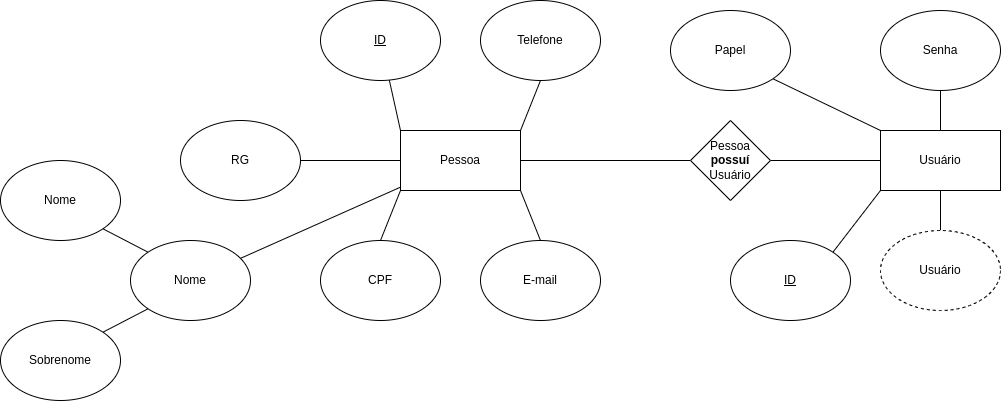
This is docs/Diagrama_Entidade_Relacionamento.png from Henriquemcc/Prototipo_Sistema_Legiao_dos_Corretores, a draw.io export, as it was before one commit. Source tidied: cells renumbered, new cells last; positions are measured from the earlier drawing's top-left corner, leaving out a move shared by most shapes. Its diagram source:
```xml
<mxGraphModel>
  <root>
    <mxCell id="0" />
    <mxCell id="1" parent="0" />
    <mxCell id="2" style="rounded=0;jettySize=auto;html=1;exitX=1;exitY=0;exitDx=0;exitDy=0;entryX=0.5;entryY=1;entryDx=0;entryDy=0;endArrow=none;endFill=0;" parent="1" edge="1" source="5" target="12">
      <mxGeometry relative="1" as="geometry" />
    </mxCell>
    <mxCell id="3" style="rounded=0;jettySize=auto;html=1;exitX=1;exitY=1;exitDx=0;exitDy=0;entryX=0.5;entryY=0;entryDx=0;entryDy=0;endArrow=none;endFill=0;" parent="1" edge="1" source="5" target="13">
      <mxGeometry relative="1" as="geometry" />
    </mxCell>
    <mxCell id="4" style="rounded=0;jettySize=auto;html=1;exitX=0;exitY=1;exitDx=0;exitDy=0;entryX=0.5;entryY=0;entryDx=0;entryDy=0;endArrow=none;endFill=0;" parent="1" edge="1" source="5" target="16">
      <mxGeometry relative="1" as="geometry" />
    </mxCell>
    <mxCell id="5" value="Pessoa" style="rounded=0;whiteSpace=wrap;html=1;" parent="1" vertex="1">
      <mxGeometry x="400" y="130" width="120" height="60" as="geometry" />
    </mxCell>
    <mxCell id="6" style="rounded=0;jettySize=auto;html=1;endArrow=none;endFill=0;entryX=0;entryY=0;entryDx=0;entryDy=0;" parent="1" edge="1" source="7" target="5">
      <mxGeometry relative="1" as="geometry" />
    </mxCell>
    <mxCell id="7" value="&lt;u&gt;ID&lt;/u&gt;" style="ellipse;whiteSpace=wrap;html=1;" parent="1" vertex="1">
      <mxGeometry x="320" width="120" height="80" as="geometry" />
    </mxCell>
    <mxCell id="8" style="rounded=0;jettySize=auto;html=1;endArrow=none;endFill=0;" parent="1" edge="1" source="9" target="5">
      <mxGeometry relative="1" as="geometry" />
    </mxCell>
    <mxCell id="9" value="Nome" style="ellipse;whiteSpace=wrap;html=1;" parent="1" vertex="1">
      <mxGeometry x="130" y="240" width="120" height="80" as="geometry" />
    </mxCell>
    <mxCell id="10" style="rounded=0;jettySize=auto;html=1;exitX=1;exitY=0;exitDx=0;exitDy=0;entryX=0;entryY=1;entryDx=0;entryDy=0;endArrow=none;endFill=0;" parent="1" edge="1" source="11" target="9">
      <mxGeometry relative="1" as="geometry" />
    </mxCell>
    <mxCell id="11" value="Sobrenome" style="ellipse;whiteSpace=wrap;html=1;" parent="1" vertex="1">
      <mxGeometry y="320" width="120" height="80" as="geometry" />
    </mxCell>
    <mxCell id="12" value="Telefone" style="ellipse;whiteSpace=wrap;html=1;" parent="1" vertex="1">
      <mxGeometry x="480" width="120" height="80" as="geometry" />
    </mxCell>
    <mxCell id="13" value="E-mail" style="ellipse;whiteSpace=wrap;html=1;" parent="1" vertex="1">
      <mxGeometry x="480" y="240" width="120" height="80" as="geometry" />
    </mxCell>
    <mxCell id="14" value="Nome" style="ellipse;whiteSpace=wrap;html=1;" parent="1" vertex="1">
      <mxGeometry y="160" width="120" height="80" as="geometry" />
    </mxCell>
    <mxCell id="15" style="rounded=0;jettySize=auto;html=1;exitX=1;exitY=1;exitDx=0;exitDy=0;endArrow=none;endFill=0;entryX=0;entryY=0;entryDx=0;entryDy=0;" parent="1" edge="1" source="14" target="9">
      <mxGeometry relative="1" as="geometry" />
    </mxCell>
    <mxCell id="16" value="CPF" style="ellipse;whiteSpace=wrap;html=1;" parent="1" vertex="1">
      <mxGeometry x="320" y="240" width="120" height="80" as="geometry" />
    </mxCell>
    <mxCell id="17" style="rounded=0;jettySize=auto;html=1;exitX=1;exitY=1;exitDx=0;exitDy=0;entryX=0;entryY=0;entryDx=0;entryDy=0;endArrow=none;endFill=0;" parent="1" edge="1" source="18" target="22">
      <mxGeometry relative="1" as="geometry" />
    </mxCell>
    <mxCell id="18" value="Papel" style="ellipse;whiteSpace=wrap;html=1;" parent="1" vertex="1">
      <mxGeometry x="670" y="10" width="120" height="80" as="geometry" />
    </mxCell>
    <mxCell id="19" style="edgeStyle=orthogonalEdgeStyle;rounded=0;jettySize=auto;html=1;exitX=1;exitY=0.5;exitDx=0;exitDy=0;entryX=0;entryY=0.5;entryDx=0;entryDy=0;endArrow=none;endFill=0;" parent="1" edge="1" source="20" target="5">
      <mxGeometry relative="1" as="geometry" />
    </mxCell>
    <mxCell id="20" value="RG" style="ellipse;whiteSpace=wrap;html=1;" parent="1" vertex="1">
      <mxGeometry x="180" y="120" width="120" height="80" as="geometry" />
    </mxCell>
    <mxCell id="21" style="rounded=0;jettySize=auto;html=1;exitX=0.5;exitY=1;exitDx=0;exitDy=0;entryX=0.5;entryY=0;entryDx=0;entryDy=0;endArrow=none;endFill=0;" parent="1" edge="1" source="22" target="28">
      <mxGeometry relative="1" as="geometry" />
    </mxCell>
    <mxCell id="22" value="Usuário" style="rounded=0;whiteSpace=wrap;html=1;" parent="1" vertex="1">
      <mxGeometry x="880" y="130" width="120" height="60" as="geometry" />
    </mxCell>
    <mxCell id="23" style="edgeStyle=orthogonalEdgeStyle;rounded=0;jettySize=auto;html=1;exitX=0;exitY=0.5;exitDx=0;exitDy=0;endArrow=none;endFill=0;" parent="1" edge="1" source="25" target="5">
      <mxGeometry relative="1" as="geometry" />
    </mxCell>
    <mxCell id="24" style="edgeStyle=orthogonalEdgeStyle;rounded=0;jettySize=auto;html=1;exitX=1;exitY=0.5;exitDx=0;exitDy=0;entryX=0;entryY=0.5;entryDx=0;entryDy=0;endArrow=none;endFill=0;" parent="1" edge="1" source="25" target="22">
      <mxGeometry relative="1" as="geometry" />
    </mxCell>
    <mxCell id="25" value="Pessoa&lt;div&gt;&lt;b&gt;possuí&lt;/b&gt;&lt;/div&gt;&lt;div&gt;Usuário&lt;/div&gt;" style="rhombus;whiteSpace=wrap;html=1;" parent="1" vertex="1">
      <mxGeometry x="690" y="120" width="80" height="80" as="geometry" />
    </mxCell>
    <mxCell id="26" style="edgeStyle=orthogonalEdgeStyle;rounded=0;jettySize=auto;html=1;exitX=0.5;exitY=1;exitDx=0;exitDy=0;entryX=0.5;entryY=0;entryDx=0;entryDy=0;endArrow=none;endFill=0;" parent="1" edge="1" source="27" target="22">
      <mxGeometry relative="1" as="geometry" />
    </mxCell>
    <mxCell id="27" value="Senha" style="ellipse;whiteSpace=wrap;html=1;" parent="1" vertex="1">
      <mxGeometry x="880" y="10" width="120" height="80" as="geometry" />
    </mxCell>
    <mxCell id="28" value="Usuário" style="ellipse;whiteSpace=wrap;html=1;dashed=1;" parent="1" vertex="1">
      <mxGeometry x="880" y="230" width="120" height="80" as="geometry" />
    </mxCell>
    <mxCell id="29" style="rounded=0;jettySize=auto;html=1;exitX=1;exitY=0;exitDx=0;exitDy=0;entryX=0;entryY=1;entryDx=0;entryDy=0;endArrow=none;endFill=0;" parent="1" edge="1" source="30" target="22">
      <mxGeometry relative="1" as="geometry" />
    </mxCell>
    <mxCell id="30" value="&lt;u&gt;ID&lt;/u&gt;" style="ellipse;whiteSpace=wrap;html=1;" parent="1" vertex="1">
      <mxGeometry x="730" y="240" width="120" height="80" as="geometry" />
    </mxCell>
  </root>
</mxGraphModel>
```
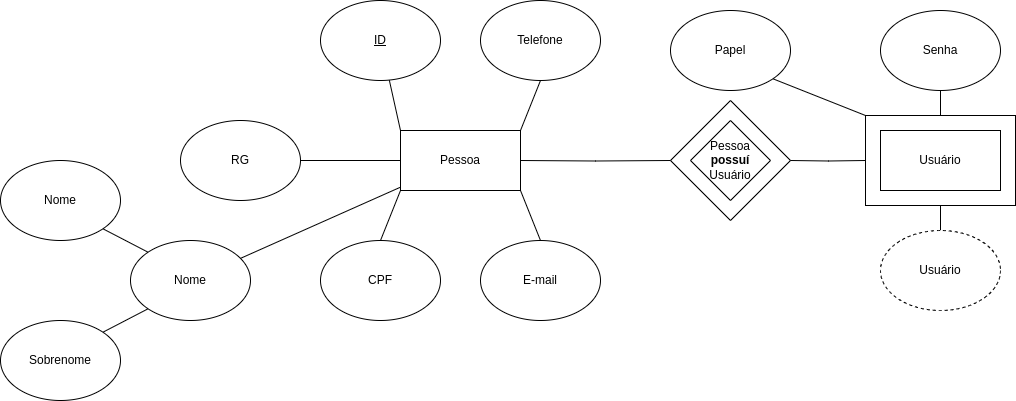
The same diagram one commit later.

Commit message:
Transformando Usuário em uma entidade fraca

The edit, as a diff of the source:
```diff
@@ -2,6 +2,12 @@
   <root>
     <mxCell id="0" />
     <mxCell id="1" parent="0" />
+    <mxCell id="31" style="rounded=0;whiteSpace=wrap;html=1;" parent="1" vertex="1">
+      <mxGeometry x="865" y="115" width="150" height="90" as="geometry" />
+    </mxCell>
+    <mxCell id="32" style="rhombus;whiteSpace=wrap;html=1;" parent="1" vertex="1">
+      <mxGeometry x="670" y="100" width="120" height="120" as="geometry" />
+    </mxCell>
     <mxCell id="2" style="rounded=0;jettySize=auto;html=1;exitX=1;exitY=0;exitDx=0;exitDy=0;entryX=0.5;entryY=1;entryDx=0;entryDy=0;endArrow=none;endFill=0;" parent="1" edge="1" source="5" target="12">
       <mxGeometry relative="1" as="geometry" />
     </mxCell>
@@ -47,7 +53,7 @@
     <mxCell id="16" value="CPF" style="ellipse;whiteSpace=wrap;html=1;" parent="1" vertex="1">
       <mxGeometry x="320" y="240" width="120" height="80" as="geometry" />
     </mxCell>
-    <mxCell id="17" style="rounded=0;jettySize=auto;html=1;exitX=1;exitY=1;exitDx=0;exitDy=0;entryX=0;entryY=0;entryDx=0;entryDy=0;endArrow=none;endFill=0;" parent="1" edge="1" source="18" target="22">
+    <mxCell id="17" style="rounded=0;jettySize=auto;html=1;exitX=1;exitY=1;exitDx=0;exitDy=0;entryX=0;entryY=0;entryDx=0;entryDy=0;endArrow=none;endFill=0;" parent="1" edge="1" source="18" target="31">
       <mxGeometry relative="1" as="geometry" />
     </mxCell>
     <mxCell id="18" value="Papel" style="ellipse;whiteSpace=wrap;html=1;" parent="1" vertex="1">
@@ -59,22 +65,26 @@
     <mxCell id="20" value="RG" style="ellipse;whiteSpace=wrap;html=1;" parent="1" vertex="1">
       <mxGeometry x="180" y="120" width="120" height="80" as="geometry" />
     </mxCell>
-    <mxCell id="21" style="rounded=0;jettySize=auto;html=1;exitX=0.5;exitY=1;exitDx=0;exitDy=0;entryX=0.5;entryY=0;entryDx=0;entryDy=0;endArrow=none;endFill=0;" parent="1" edge="1" source="22" target="28">
+    <mxCell id="21" style="rounded=0;jettySize=auto;html=1;entryX=0.5;entryY=0;entryDx=0;entryDy=0;endArrow=none;endFill=0;exitX=0.5;exitY=1;exitDx=0;exitDy=0;" parent="1" edge="1" source="31" target="28">
       <mxGeometry relative="1" as="geometry" />
     </mxCell>
     <mxCell id="22" value="Usuário" style="rounded=0;whiteSpace=wrap;html=1;" parent="1" vertex="1">
       <mxGeometry x="880" y="130" width="120" height="60" as="geometry" />
     </mxCell>
-    <mxCell id="23" style="edgeStyle=orthogonalEdgeStyle;rounded=0;jettySize=auto;html=1;exitX=0;exitY=0.5;exitDx=0;exitDy=0;endArrow=none;endFill=0;" parent="1" edge="1" source="25" target="5">
-      <mxGeometry relative="1" as="geometry" />
+    <mxCell id="23" style="edgeStyle=orthogonalEdgeStyle;rounded=0;jettySize=auto;html=1;endArrow=none;endFill=0;" parent="1" edge="1" target="5">
+      <mxGeometry relative="1" as="geometry">
+        <mxPoint x="670" y="160" as="sourcePoint" />
+      </mxGeometry>
     </mxCell>
-    <mxCell id="24" style="edgeStyle=orthogonalEdgeStyle;rounded=0;jettySize=auto;html=1;exitX=1;exitY=0.5;exitDx=0;exitDy=0;entryX=0;entryY=0.5;entryDx=0;entryDy=0;endArrow=none;endFill=0;" parent="1" edge="1" source="25" target="22">
-      <mxGeometry relative="1" as="geometry" />
+    <mxCell id="24" style="edgeStyle=orthogonalEdgeStyle;rounded=0;jettySize=auto;html=1;endArrow=none;endFill=0;entryX=0;entryY=0.5;entryDx=0;entryDy=0;" parent="1" edge="1" target="31">
+      <mxGeometry relative="1" as="geometry">
+        <mxPoint x="790" y="160" as="sourcePoint" />
+      </mxGeometry>
     </mxCell>
     <mxCell id="25" value="Pessoa&lt;div&gt;&lt;b&gt;possuí&lt;/b&gt;&lt;/div&gt;&lt;div&gt;Usuário&lt;/div&gt;" style="rhombus;whiteSpace=wrap;html=1;" parent="1" vertex="1">
       <mxGeometry x="690" y="120" width="80" height="80" as="geometry" />
     </mxCell>
-    <mxCell id="26" style="edgeStyle=orthogonalEdgeStyle;rounded=0;jettySize=auto;html=1;exitX=0.5;exitY=1;exitDx=0;exitDy=0;entryX=0.5;entryY=0;entryDx=0;entryDy=0;endArrow=none;endFill=0;" parent="1" edge="1" source="27" target="22">
+    <mxCell id="26" style="edgeStyle=orthogonalEdgeStyle;rounded=0;jettySize=auto;html=1;exitX=0.5;exitY=1;exitDx=0;exitDy=0;endArrow=none;endFill=0;entryX=0.5;entryY=0;entryDx=0;entryDy=0;" parent="1" edge="1" source="27" target="31">
       <mxGeometry relative="1" as="geometry" />
     </mxCell>
     <mxCell id="27" value="Senha" style="ellipse;whiteSpace=wrap;html=1;" parent="1" vertex="1">
@@ -83,11 +93,5 @@
     <mxCell id="28" value="Usuário" style="ellipse;whiteSpace=wrap;html=1;dashed=1;" parent="1" vertex="1">
       <mxGeometry x="880" y="230" width="120" height="80" as="geometry" />
     </mxCell>
-    <mxCell id="29" style="rounded=0;jettySize=auto;html=1;exitX=1;exitY=0;exitDx=0;exitDy=0;entryX=0;entryY=1;entryDx=0;entryDy=0;endArrow=none;endFill=0;" parent="1" edge="1" source="30" target="22">
-      <mxGeometry relative="1" as="geometry" />
-    </mxCell>
-    <mxCell id="30" value="&lt;u&gt;ID&lt;/u&gt;" style="ellipse;whiteSpace=wrap;html=1;" parent="1" vertex="1">
-      <mxGeometry x="730" y="240" width="120" height="80" as="geometry" />
-    </mxCell>
   </root>
 </mxGraphModel>
```
